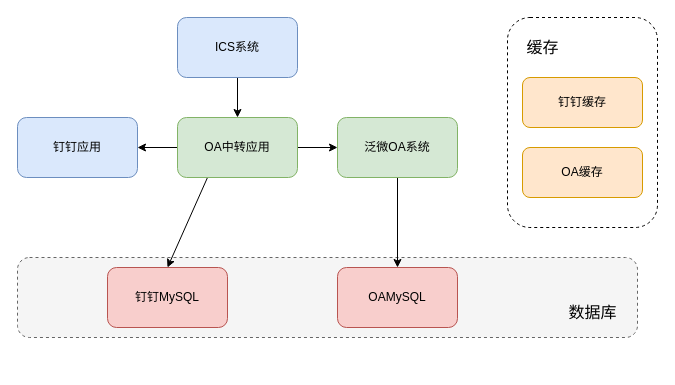
The draw.io diagram work/ICS工单系统.drawio in itzhanglg/technology-image, before the edit. Source tidied: cells renumbered, new cells numbered last; positions are measured from the earlier drawing's top-left corner, leaving out a move shared by most shapes. Both pictures are drawn from the tidied source at 100%, with x=0, y=0 at pixel (17, 17).
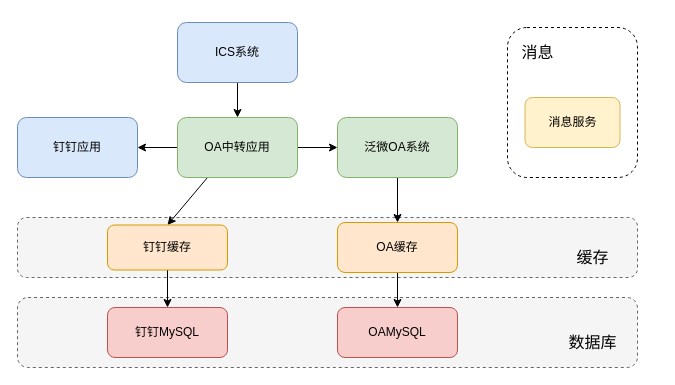
Above is the later version.

Commit message (it also covers changes not shown here):
更新ICS工单系统.drawio

Unchanged cells that the change refers to:
```xml
<mxCell id="7" value="泛微OA系统" style="rounded=1;whiteSpace=wrap;html=1;shadow=0;glass=0;sketch=0;strokeColor=#82b366;strokeWidth=1;fillColor=#d5e8d4;" parent="1" vertex="1">
  <mxGeometry x="320" y="100" width="120" height="60" as="geometry" />
</mxCell>
<mxCell id="11" value="OA中转应用" style="rounded=1;whiteSpace=wrap;html=1;shadow=0;glass=0;sketch=0;strokeColor=#82b366;strokeWidth=1;fillColor=#d5e8d4;" parent="1" vertex="1">
  <mxGeometry x="160" y="100" width="120" height="60" as="geometry" />
</mxCell>
```

Change to the diagram source:
```diff
@@
+    <mxCell id="19" style="rounded=1;whiteSpace=wrap;html=1;sketch=0;strokeColor=#666666;strokeWidth=1;fillColor=#f5f5f5;glass=0;shadow=0;fontColor=#333333;dashed=1;fontSize=16;" parent="1" vertex="1">
+      <mxGeometry y="200" width="620" height="60" as="geometry" />
+    </mxCell>
     <mxCell id="2" style="rounded=1;whiteSpace=wrap;html=1;shadow=0;glass=0;dashed=1;sketch=0;strokeColor=#000000;strokeWidth=1;fillColor=#FFFFFF;gradientColor=none;" parent="1" vertex="1">
-      <mxGeometry x="490" width="150" height="210" as="geometry" />
+      <mxGeometry x="490" y="10" width="130" height="150" as="geometry" />
     </mxCell>
     <mxCell id="3" style="rounded=1;whiteSpace=wrap;html=1;sketch=0;strokeColor=#666666;strokeWidth=1;fillColor=#f5f5f5;glass=0;shadow=0;fontColor=#333333;dashed=1;" parent="1" vertex="1">
-      <mxGeometry y="240" width="620" height="80" as="geometry" />
+      <mxGeometry y="280" width="620" height="70" as="geometry" />
     </mxCell>
-    <mxCell id="4" style="edgeStyle=orthogonalEdgeStyle;rounded=0;jettySize=auto;html=1;" parent="1" edge="1" source="5" target="11">
+    <mxCell id="4" style="edgeStyle=none;rounded=0;jettySize=auto;html=1;fontSize=16;" parent="1" edge="1" source="5" target="11">
       <mxGeometry relative="1" as="geometry" />
     </mxCell>
     <mxCell id="5" value="ICS系统" style="rounded=1;whiteSpace=wrap;html=1;shadow=0;glass=0;sketch=0;strokeColor=#6c8ebf;strokeWidth=1;fillColor=#dae8fc;" parent="1" vertex="1">
-      <mxGeometry x="160" width="120" height="60" as="geometry" />
+      <mxGeometry x="160" y="5" width="120" height="60" as="geometry" />
     </mxCell>
-    <mxCell id="6" style="edgeStyle=none;rounded=0;jettySize=auto;html=1;entryX=0.5;entryY=0;entryDx=0;entryDy=0;" parent="1" edge="1" source="7" target="14">
-      <mxGeometry relative="1" as="geometry" />
-    </mxCell>
+    <mxCell id="20" style="edgeStyle=none;rounded=0;jettySize=auto;html=1;exitX=0.5;exitY=1;exitDx=0;exitDy=0;entryX=0.5;entryY=0;entryDx=0;entryDy=0;fontSize=16;" parent="1" edge="1" source="7" target="13">
+      <mxGeometry relative="1" as="geometry" />
+    </mxCell>
@@
-    <mxCell id="10" style="edgeStyle=none;rounded=0;jettySize=auto;html=1;exitX=0.25;exitY=1;exitDx=0;exitDy=0;entryX=0.5;entryY=0;entryDx=0;entryDy=0;" parent="1" edge="1" source="11" target="15">
-      <mxGeometry relative="1" as="geometry" />
-    </mxCell>
+    <mxCell id="21" style="edgeStyle=none;rounded=0;jettySize=auto;html=1;exitX=0.25;exitY=1;exitDx=0;exitDy=0;entryX=0.5;entryY=0;entryDx=0;entryDy=0;fontSize=16;" parent="1" edge="1" source="11" target="12">
+      <mxGeometry relative="1" as="geometry" />
+    </mxCell>
@@
+    <mxCell id="22" style="edgeStyle=none;rounded=0;jettySize=auto;html=1;exitX=0.5;exitY=1;exitDx=0;exitDy=0;entryX=0.5;entryY=0;entryDx=0;entryDy=0;fontSize=16;" parent="1" edge="1" source="12" target="15">
+      <mxGeometry relative="1" as="geometry" />
+    </mxCell>
     <mxCell id="12" value="钉钉缓存" style="rounded=1;whiteSpace=wrap;html=1;shadow=0;glass=0;sketch=0;strokeColor=#d79b00;strokeWidth=1;fillColor=#ffe6cc;" parent="1" vertex="1">
-      <mxGeometry x="505" y="60" width="120" height="50" as="geometry" />
+      <mxGeometry x="90" y="207.5" width="120" height="45" as="geometry" />
     </mxCell>
+    <mxCell id="23" style="edgeStyle=none;rounded=0;jettySize=auto;html=1;exitX=0.5;exitY=1;exitDx=0;exitDy=0;fontSize=16;" parent="1" edge="1" source="13" target="14">
+      <mxGeometry relative="1" as="geometry" />
+    </mxCell>
     <mxCell id="13" value="OA缓存" style="rounded=1;whiteSpace=wrap;html=1;shadow=0;glass=0;sketch=0;strokeColor=#d79b00;strokeWidth=1;fillColor=#ffe6cc;" parent="1" vertex="1">
-      <mxGeometry x="505" y="130" width="120" height="50" as="geometry" />
+      <mxGeometry x="320" y="205" width="120" height="50" as="geometry" />
     </mxCell>
     <mxCell id="14" value="OAMySQL" style="rounded=1;whiteSpace=wrap;html=1;shadow=0;glass=0;sketch=0;strokeColor=#b85450;strokeWidth=1;fillColor=#f8cecc;" parent="1" vertex="1">
-      <mxGeometry x="320" y="250" width="120" height="60" as="geometry" />
+      <mxGeometry x="320" y="290" width="120" height="50" as="geometry" />
     </mxCell>
     <mxCell id="15" value="钉钉MySQL" style="rounded=1;whiteSpace=wrap;html=1;shadow=0;glass=0;sketch=0;strokeColor=#b85450;strokeWidth=1;fillColor=#f8cecc;" parent="1" vertex="1">
-      <mxGeometry x="90" y="250" width="120" height="60" as="geometry" />
+      <mxGeometry x="90" y="290" width="120" height="50" as="geometry" />
     </mxCell>
@@
     <mxCell id="17" value="数据库" style="text;html=1;align=center;verticalAlign=middle;fillColor=none;strokeColor=none;rounded=0;shadow=0;glass=0;dashed=1;sketch=0;strokeWidth=1;fontSize=16;" parent="1" vertex="1">
-      <mxGeometry x="540" y="280" width="70" height="30" as="geometry" />
+      <mxGeometry x="540" y="310" width="70" height="30" as="geometry" />
     </mxCell>
-    <mxCell id="18" value="缓存" style="text;html=1;align=center;verticalAlign=middle;fillColor=none;strokeColor=none;rounded=0;shadow=0;glass=0;dashed=1;sketch=0;strokeWidth=1;fontSize=16;" parent="1" vertex="1">
-      <mxGeometry x="495" y="15" width="60" height="30" as="geometry" />
+    <mxCell id="18" value="消息" style="text;html=1;align=center;verticalAlign=middle;fillColor=none;strokeColor=none;rounded=0;shadow=0;glass=0;dashed=1;sketch=0;strokeWidth=1;fontSize=16;" parent="1" vertex="1">
+      <mxGeometry x="490" y="20" width="60" height="30" as="geometry" />
     </mxCell>
+    <mxCell id="24" value="消息服务" style="rounded=1;whiteSpace=wrap;html=1;shadow=0;glass=0;sketch=0;strokeColor=#d6b656;strokeWidth=1;fillColor=#fff2cc;" parent="1" vertex="1">
+      <mxGeometry x="507.5" y="80" width="95" height="50" as="geometry" />
+    </mxCell>
+    <mxCell id="25" value="缓存" style="text;html=1;align=center;verticalAlign=middle;fillColor=none;strokeColor=none;rounded=0;shadow=0;glass=0;dashed=1;sketch=0;strokeWidth=1;fontSize=16;" parent="1" vertex="1">
+      <mxGeometry x="545" y="225" width="60" height="30" as="geometry" />
+    </mxCell>
```
